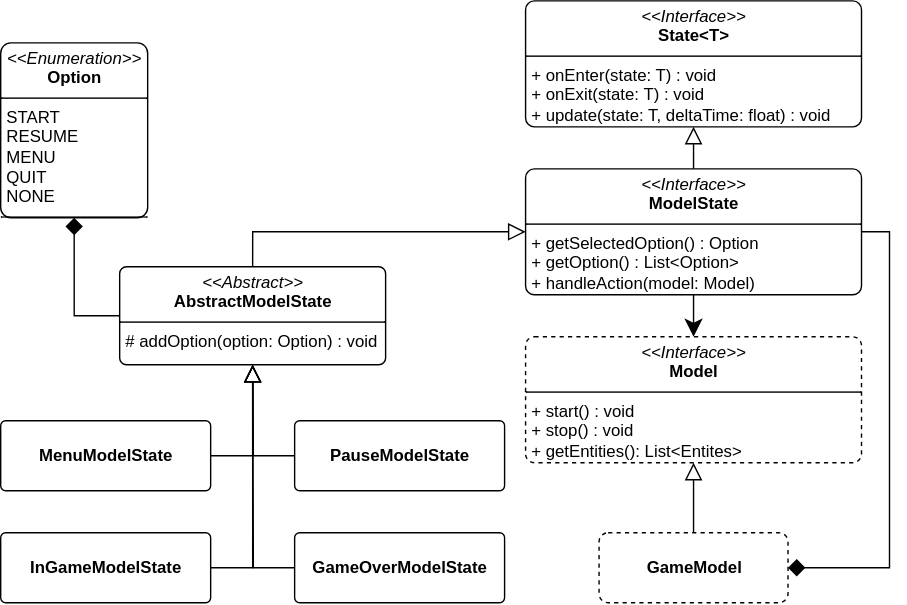
This is report/svg/ModelState.svg from unibo-oop-projects/OOP24-AlessandroRebosio-FilippoRicciotti-Grace-GraziaBochdanovits-RenovateBot-coffeBreak, a draw.io export, as it was before one commit. Source tidied: cells renumbered, new cells last; positions are measured from the earlier drawing's top-left corner, leaving out a move shared by most shapes. Source of this version:
```xml
<mxGraphModel>
  <root>
    <mxCell id="0" />
    <mxCell id="1" parent="0" />
    <mxCell id="2" value="&lt;p style=&quot;margin:0px;margin-top:4px;text-align:center;&quot;&gt;&lt;i&gt;&amp;lt;&amp;lt;Interface&amp;gt;&amp;gt;&lt;/i&gt;&lt;br&gt;&lt;b&gt;State&amp;lt;T&amp;gt;&lt;/b&gt;&lt;/p&gt;&lt;hr size=&quot;1&quot; style=&quot;border-style:solid;&quot;&gt;&lt;p style=&quot;margin:0px;margin-left:4px;&quot;&gt;+ onEnter(state: T) : void&lt;/p&gt;&lt;p style=&quot;margin:0px;margin-left:4px;&quot;&gt;+ onExit(state: T) : void&lt;/p&gt;&lt;p style=&quot;margin:0px;margin-left:4px;&quot;&gt;+ update(state: T, deltaTime: float) : void&lt;/p&gt;" style="verticalAlign=top;align=left;overflow=fill;html=1;whiteSpace=wrap;rounded=1;arcSize=7;" parent="1" vertex="1">
      <mxGeometry x="375" width="240" height="90" as="geometry" />
    </mxCell>
    <mxCell id="3" style="edgeStyle=orthogonalEdgeStyle;rounded=0;jettySize=auto;html=1;exitX=0.5;exitY=0;exitDx=0;exitDy=0;entryX=0.5;entryY=1;entryDx=0;entryDy=0;endArrow=block;endFill=0;endSize=10;" parent="1" edge="1" source="6" target="2">
      <mxGeometry relative="1" as="geometry" />
    </mxCell>
    <mxCell id="4" style="edgeStyle=orthogonalEdgeStyle;rounded=0;jettySize=auto;html=1;exitX=0.5;exitY=1;exitDx=0;exitDy=0;entryX=0.5;entryY=0;entryDx=0;entryDy=0;endSize=10;" parent="1" edge="1" source="6" target="7">
      <mxGeometry relative="1" as="geometry" />
    </mxCell>
    <mxCell id="5" style="edgeStyle=orthogonalEdgeStyle;rounded=0;jettySize=auto;html=1;exitX=1;exitY=0.5;exitDx=0;exitDy=0;entryX=1;entryY=0.5;entryDx=0;entryDy=0;endSize=10;endArrow=diamond;endFill=1;" parent="1" edge="1" source="6" target="9">
      <mxGeometry relative="1" as="geometry" />
    </mxCell>
    <mxCell id="6" value="&lt;p style=&quot;margin:0px;margin-top:4px;text-align:center;&quot;&gt;&lt;i&gt;&amp;lt;&amp;lt;Interface&amp;gt;&amp;gt;&lt;/i&gt;&lt;br&gt;&lt;b&gt;ModelState&lt;/b&gt;&lt;/p&gt;&lt;hr size=&quot;1&quot; style=&quot;border-style:solid;&quot;&gt;&lt;p style=&quot;margin:0px;margin-left:4px;&quot;&gt;+ getSelectedOption() : Option&lt;/p&gt;&lt;p style=&quot;margin:0px;margin-left:4px;&quot;&gt;+ getOption() : List&amp;lt;Option&amp;gt;&lt;/p&gt;&lt;p style=&quot;margin:0px;margin-left:4px;&quot;&gt;+ handleAction(model: Model)&lt;/p&gt;" style="verticalAlign=top;align=left;overflow=fill;html=1;whiteSpace=wrap;rounded=1;arcSize=7;" parent="1" vertex="1">
      <mxGeometry x="375" y="120" width="240" height="90" as="geometry" />
    </mxCell>
    <mxCell id="7" value="&lt;p style=&quot;margin:0px;margin-top:4px;text-align:center;&quot;&gt;&lt;i&gt;&amp;lt;&amp;lt;Interface&amp;gt;&amp;gt;&lt;/i&gt;&lt;br&gt;&lt;b&gt;Model&lt;/b&gt;&lt;/p&gt;&lt;hr size=&quot;1&quot; style=&quot;border-style:solid;&quot;&gt;&lt;p style=&quot;margin:0px;margin-left:4px;&quot;&gt;+ start() : void&lt;/p&gt;&lt;p style=&quot;margin:0px;margin-left:4px;&quot;&gt;+ stop() : void&lt;/p&gt;&lt;p style=&quot;margin:0px;margin-left:4px;&quot;&gt;+ getEntities(): List&amp;lt;Entites&amp;gt;&lt;/p&gt;" style="verticalAlign=top;align=left;overflow=fill;html=1;whiteSpace=wrap;rounded=1;arcSize=7;dashed=1;" parent="1" vertex="1">
      <mxGeometry x="375" y="240" width="240" height="90" as="geometry" />
    </mxCell>
    <mxCell id="8" style="edgeStyle=orthogonalEdgeStyle;rounded=0;jettySize=auto;html=1;exitX=0.5;exitY=0;exitDx=0;exitDy=0;entryX=0.5;entryY=1;entryDx=0;entryDy=0;endArrow=block;endFill=0;endSize=10;" parent="1" edge="1" source="9" target="7">
      <mxGeometry relative="1" as="geometry" />
    </mxCell>
    <mxCell id="9" value="&lt;p style=&quot;margin:0px;margin-top:4px;text-align:center;&quot;&gt;&lt;br&gt;&lt;b&gt;GameModel&lt;/b&gt;&lt;/p&gt;&lt;p style=&quot;margin:0px;margin-top:4px;text-align:center;&quot;&gt;&lt;b&gt;&lt;br&gt;&lt;/b&gt;&lt;/p&gt;" style="verticalAlign=top;align=left;overflow=fill;html=1;whiteSpace=wrap;rounded=1;arcSize=13;dashed=1;" parent="1" vertex="1">
      <mxGeometry x="427.5" y="380" width="135" height="50" as="geometry" />
    </mxCell>
    <mxCell id="10" style="edgeStyle=orthogonalEdgeStyle;rounded=0;jettySize=auto;html=1;exitX=0.5;exitY=0;exitDx=0;exitDy=0;entryX=0;entryY=0.5;entryDx=0;entryDy=0;endSize=10;endArrow=block;endFill=0;" parent="1" edge="1" source="12" target="6">
      <mxGeometry relative="1" as="geometry" />
    </mxCell>
    <mxCell id="11" style="edgeStyle=orthogonalEdgeStyle;rounded=0;jettySize=auto;html=1;exitX=0;exitY=0.5;exitDx=0;exitDy=0;entryX=0.5;entryY=1;entryDx=0;entryDy=0;endArrow=diamond;endFill=1;endSize=10;" parent="1" edge="1" source="12" target="21">
      <mxGeometry relative="1" as="geometry" />
    </mxCell>
    <mxCell id="12" value="&lt;p style=&quot;margin:0px;margin-top:4px;text-align:center;&quot;&gt;&lt;i&gt;&amp;lt;&amp;lt;Abstract&amp;gt;&amp;gt;&lt;/i&gt;&lt;br&gt;&lt;b&gt;AbstractModelState&lt;/b&gt;&lt;/p&gt;&lt;hr size=&quot;1&quot; style=&quot;border-style:solid;&quot;&gt;&lt;p style=&quot;margin:0px;margin-left:4px;&quot;&gt;# addOption(option: Option) : void&lt;/p&gt;" style="verticalAlign=top;align=left;overflow=fill;html=1;whiteSpace=wrap;rounded=1;arcSize=7;" parent="1" vertex="1">
      <mxGeometry x="85" y="190" width="190" height="70" as="geometry" />
    </mxCell>
    <mxCell id="13" style="edgeStyle=orthogonalEdgeStyle;rounded=0;jettySize=auto;html=1;exitX=1;exitY=0.5;exitDx=0;exitDy=0;entryX=0.5;entryY=1;entryDx=0;entryDy=0;endSize=10;endArrow=block;endFill=0;" parent="1" edge="1" source="14" target="12">
      <mxGeometry relative="1" as="geometry" />
    </mxCell>
    <mxCell id="14" value="&lt;p style=&quot;margin:0px;margin-top:4px;text-align:center;&quot;&gt;&lt;br&gt;&lt;b&gt;MenuModelState&lt;/b&gt;&lt;/p&gt;" style="verticalAlign=top;align=left;overflow=fill;html=1;whiteSpace=wrap;rounded=1;arcSize=7;" parent="1" vertex="1">
      <mxGeometry y="300" width="150" height="50" as="geometry" />
    </mxCell>
    <mxCell id="15" style="edgeStyle=orthogonalEdgeStyle;rounded=0;jettySize=auto;html=1;exitX=1;exitY=0.5;exitDx=0;exitDy=0;entryX=0.5;entryY=1;entryDx=0;entryDy=0;endSize=10;endArrow=block;endFill=0;" parent="1" edge="1" source="16" target="12">
      <mxGeometry relative="1" as="geometry" />
    </mxCell>
    <mxCell id="16" value="&lt;p style=&quot;margin:0px;margin-top:4px;text-align:center;&quot;&gt;&lt;br&gt;&lt;b&gt;InGameModelState&lt;/b&gt;&lt;/p&gt;" style="verticalAlign=top;align=left;overflow=fill;html=1;whiteSpace=wrap;rounded=1;arcSize=7;" parent="1" vertex="1">
      <mxGeometry y="380" width="150" height="50" as="geometry" />
    </mxCell>
    <mxCell id="17" style="edgeStyle=orthogonalEdgeStyle;rounded=0;jettySize=auto;html=1;exitX=0;exitY=0.5;exitDx=0;exitDy=0;endSize=10;endArrow=block;endFill=0;" parent="1" edge="1" source="18">
      <mxGeometry relative="1" as="geometry">
        <mxPoint x="180" y="260" as="targetPoint" />
      </mxGeometry>
    </mxCell>
    <mxCell id="18" value="&lt;p style=&quot;margin:0px;margin-top:4px;text-align:center;&quot;&gt;&lt;br&gt;&lt;b&gt;PauseModelState&lt;/b&gt;&lt;/p&gt;" style="verticalAlign=top;align=left;overflow=fill;html=1;whiteSpace=wrap;rounded=1;arcSize=7;" parent="1" vertex="1">
      <mxGeometry x="210" y="300" width="150" height="50" as="geometry" />
    </mxCell>
    <mxCell id="19" style="edgeStyle=orthogonalEdgeStyle;rounded=0;jettySize=auto;html=1;exitX=0;exitY=0.5;exitDx=0;exitDy=0;endSize=10;endArrow=block;endFill=0;" parent="1" edge="1" source="20">
      <mxGeometry relative="1" as="geometry">
        <mxPoint x="180" y="260" as="targetPoint" />
      </mxGeometry>
    </mxCell>
    <mxCell id="20" value="&lt;p style=&quot;margin:0px;margin-top:4px;text-align:center;&quot;&gt;&lt;br&gt;&lt;b&gt;GameOverModelState&lt;/b&gt;&lt;/p&gt;" style="verticalAlign=top;align=left;overflow=fill;html=1;whiteSpace=wrap;rounded=1;arcSize=7;" parent="1" vertex="1">
      <mxGeometry x="210" y="380" width="150" height="50" as="geometry" />
    </mxCell>
    <mxCell id="21" value="&lt;p style=&quot;margin:0px;margin-top:4px;text-align:center;&quot;&gt;&lt;i&gt;&amp;lt;&amp;lt;Enumeration&amp;gt;&amp;gt;&lt;/i&gt;&lt;br&gt;&lt;b&gt;Option&lt;/b&gt;&lt;/p&gt;&lt;hr size=&quot;1&quot; style=&quot;border-style:solid;&quot;&gt;&lt;p style=&quot;margin:0px;margin-left:4px;&quot;&gt;START&lt;/p&gt;&lt;p style=&quot;margin:0px;margin-left:4px;&quot;&gt;RESUME&lt;/p&gt;&lt;p style=&quot;margin:0px;margin-left:4px;&quot;&gt;MENU&lt;/p&gt;&lt;p style=&quot;margin:0px;margin-left:4px;&quot;&gt;QUIT&lt;/p&gt;&lt;p style=&quot;margin:0px;margin-left:4px;&quot;&gt;NONE&lt;/p&gt;&lt;hr size=&quot;1&quot; style=&quot;border-style:solid;&quot;&gt;&lt;p style=&quot;margin:0px;margin-left:4px;&quot;&gt;&lt;br&gt;&lt;/p&gt;" style="verticalAlign=top;align=left;overflow=fill;html=1;whiteSpace=wrap;rounded=1;arcSize=7;" parent="1" vertex="1">
      <mxGeometry y="30" width="105" height="125" as="geometry" />
    </mxCell>
  </root>
</mxGraphModel>
```
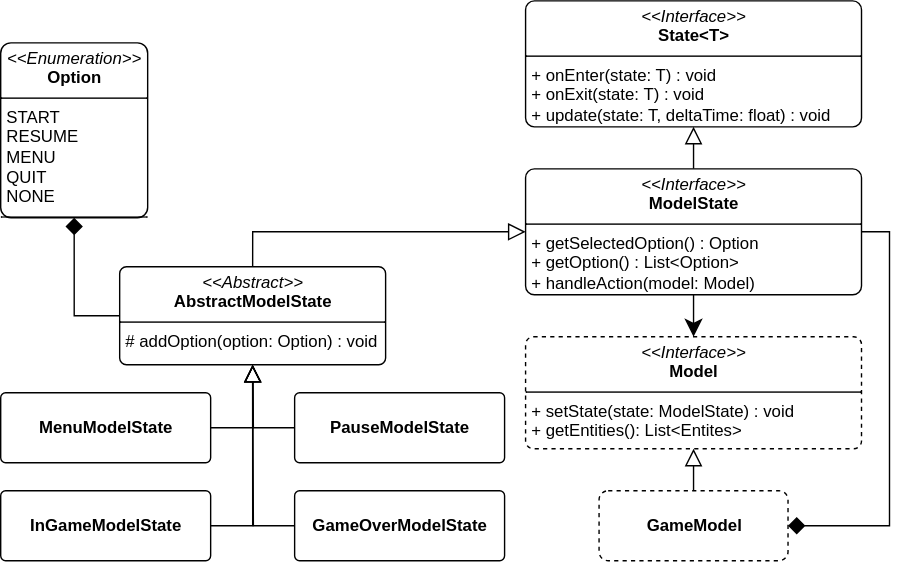
Above is the later version.

The edit, as a diff of the source:
```diff
@@ -17,14 +17,14 @@
     <mxCell id="6" value="&lt;p style=&quot;margin:0px;margin-top:4px;text-align:center;&quot;&gt;&lt;i&gt;&amp;lt;&amp;lt;Interface&amp;gt;&amp;gt;&lt;/i&gt;&lt;br&gt;&lt;b&gt;ModelState&lt;/b&gt;&lt;/p&gt;&lt;hr size=&quot;1&quot; style=&quot;border-style:solid;&quot;&gt;&lt;p style=&quot;margin:0px;margin-left:4px;&quot;&gt;+ getSelectedOption() : Option&lt;/p&gt;&lt;p style=&quot;margin:0px;margin-left:4px;&quot;&gt;+ getOption() : List&amp;lt;Option&amp;gt;&lt;/p&gt;&lt;p style=&quot;margin:0px;margin-left:4px;&quot;&gt;+ handleAction(model: Model)&lt;/p&gt;" style="verticalAlign=top;align=left;overflow=fill;html=1;whiteSpace=wrap;rounded=1;arcSize=7;" parent="1" vertex="1">
       <mxGeometry x="375" y="120" width="240" height="90" as="geometry" />
     </mxCell>
-    <mxCell id="7" value="&lt;p style=&quot;margin:0px;margin-top:4px;text-align:center;&quot;&gt;&lt;i&gt;&amp;lt;&amp;lt;Interface&amp;gt;&amp;gt;&lt;/i&gt;&lt;br&gt;&lt;b&gt;Model&lt;/b&gt;&lt;/p&gt;&lt;hr size=&quot;1&quot; style=&quot;border-style:solid;&quot;&gt;&lt;p style=&quot;margin:0px;margin-left:4px;&quot;&gt;+ start() : void&lt;/p&gt;&lt;p style=&quot;margin:0px;margin-left:4px;&quot;&gt;+ stop() : void&lt;/p&gt;&lt;p style=&quot;margin:0px;margin-left:4px;&quot;&gt;+ getEntities(): List&amp;lt;Entites&amp;gt;&lt;/p&gt;" style="verticalAlign=top;align=left;overflow=fill;html=1;whiteSpace=wrap;rounded=1;arcSize=7;dashed=1;" parent="1" vertex="1">
-      <mxGeometry x="375" y="240" width="240" height="90" as="geometry" />
+    <mxCell id="7" value="&lt;p style=&quot;margin:0px;margin-top:4px;text-align:center;&quot;&gt;&lt;i&gt;&amp;lt;&amp;lt;Interface&amp;gt;&amp;gt;&lt;/i&gt;&lt;br&gt;&lt;b&gt;Model&lt;/b&gt;&lt;/p&gt;&lt;hr size=&quot;1&quot; style=&quot;border-style:solid;&quot;&gt;&lt;p style=&quot;margin:0px;margin-left:4px;&quot;&gt;+ setState(state: ModelState) : void&lt;/p&gt;&lt;p style=&quot;margin:0px;margin-left:4px;&quot;&gt;+ getEntities(): List&amp;lt;Entites&amp;gt;&lt;/p&gt;" style="verticalAlign=top;align=left;overflow=fill;html=1;whiteSpace=wrap;rounded=1;arcSize=7;dashed=1;" parent="1" vertex="1">
+      <mxGeometry x="375" y="240" width="240" height="80" as="geometry" />
     </mxCell>
     <mxCell id="8" style="edgeStyle=orthogonalEdgeStyle;rounded=0;jettySize=auto;html=1;exitX=0.5;exitY=0;exitDx=0;exitDy=0;entryX=0.5;entryY=1;entryDx=0;entryDy=0;endArrow=block;endFill=0;endSize=10;" parent="1" edge="1" source="9" target="7">
       <mxGeometry relative="1" as="geometry" />
     </mxCell>
     <mxCell id="9" value="&lt;p style=&quot;margin:0px;margin-top:4px;text-align:center;&quot;&gt;&lt;br&gt;&lt;b&gt;GameModel&lt;/b&gt;&lt;/p&gt;&lt;p style=&quot;margin:0px;margin-top:4px;text-align:center;&quot;&gt;&lt;b&gt;&lt;br&gt;&lt;/b&gt;&lt;/p&gt;" style="verticalAlign=top;align=left;overflow=fill;html=1;whiteSpace=wrap;rounded=1;arcSize=13;dashed=1;" parent="1" vertex="1">
-      <mxGeometry x="427.5" y="380" width="135" height="50" as="geometry" />
+      <mxGeometry x="427.5" y="350" width="135" height="50" as="geometry" />
     </mxCell>
     <mxCell id="10" style="edgeStyle=orthogonalEdgeStyle;rounded=0;jettySize=auto;html=1;exitX=0.5;exitY=0;exitDx=0;exitDy=0;entryX=0;entryY=0.5;entryDx=0;entryDy=0;endSize=10;endArrow=block;endFill=0;" parent="1" edge="1" source="12" target="6">
       <mxGeometry relative="1" as="geometry" />
@@ -39,13 +39,13 @@
       <mxGeometry relative="1" as="geometry" />
     </mxCell>
     <mxCell id="14" value="&lt;p style=&quot;margin:0px;margin-top:4px;text-align:center;&quot;&gt;&lt;br&gt;&lt;b&gt;MenuModelState&lt;/b&gt;&lt;/p&gt;" style="verticalAlign=top;align=left;overflow=fill;html=1;whiteSpace=wrap;rounded=1;arcSize=7;" parent="1" vertex="1">
-      <mxGeometry y="300" width="150" height="50" as="geometry" />
+      <mxGeometry y="280" width="150" height="50" as="geometry" />
     </mxCell>
     <mxCell id="15" style="edgeStyle=orthogonalEdgeStyle;rounded=0;jettySize=auto;html=1;exitX=1;exitY=0.5;exitDx=0;exitDy=0;entryX=0.5;entryY=1;entryDx=0;entryDy=0;endSize=10;endArrow=block;endFill=0;" parent="1" edge="1" source="16" target="12">
       <mxGeometry relative="1" as="geometry" />
     </mxCell>
     <mxCell id="16" value="&lt;p style=&quot;margin:0px;margin-top:4px;text-align:center;&quot;&gt;&lt;br&gt;&lt;b&gt;InGameModelState&lt;/b&gt;&lt;/p&gt;" style="verticalAlign=top;align=left;overflow=fill;html=1;whiteSpace=wrap;rounded=1;arcSize=7;" parent="1" vertex="1">
-      <mxGeometry y="380" width="150" height="50" as="geometry" />
+      <mxGeometry y="350" width="150" height="50" as="geometry" />
     </mxCell>
     <mxCell id="17" style="edgeStyle=orthogonalEdgeStyle;rounded=0;jettySize=auto;html=1;exitX=0;exitY=0.5;exitDx=0;exitDy=0;endSize=10;endArrow=block;endFill=0;" parent="1" edge="1" source="18">
       <mxGeometry relative="1" as="geometry">
@@ -53,7 +53,7 @@
       </mxGeometry>
     </mxCell>
     <mxCell id="18" value="&lt;p style=&quot;margin:0px;margin-top:4px;text-align:center;&quot;&gt;&lt;br&gt;&lt;b&gt;PauseModelState&lt;/b&gt;&lt;/p&gt;" style="verticalAlign=top;align=left;overflow=fill;html=1;whiteSpace=wrap;rounded=1;arcSize=7;" parent="1" vertex="1">
-      <mxGeometry x="210" y="300" width="150" height="50" as="geometry" />
+      <mxGeometry x="210" y="280" width="150" height="50" as="geometry" />
     </mxCell>
     <mxCell id="19" style="edgeStyle=orthogonalEdgeStyle;rounded=0;jettySize=auto;html=1;exitX=0;exitY=0.5;exitDx=0;exitDy=0;endSize=10;endArrow=block;endFill=0;" parent="1" edge="1" source="20">
       <mxGeometry relative="1" as="geometry">
@@ -61,7 +61,7 @@
       </mxGeometry>
     </mxCell>
     <mxCell id="20" value="&lt;p style=&quot;margin:0px;margin-top:4px;text-align:center;&quot;&gt;&lt;br&gt;&lt;b&gt;GameOverModelState&lt;/b&gt;&lt;/p&gt;" style="verticalAlign=top;align=left;overflow=fill;html=1;whiteSpace=wrap;rounded=1;arcSize=7;" parent="1" vertex="1">
-      <mxGeometry x="210" y="380" width="150" height="50" as="geometry" />
+      <mxGeometry x="210" y="350" width="150" height="50" as="geometry" />
     </mxCell>
     <mxCell id="21" value="&lt;p style=&quot;margin:0px;margin-top:4px;text-align:center;&quot;&gt;&lt;i&gt;&amp;lt;&amp;lt;Enumeration&amp;gt;&amp;gt;&lt;/i&gt;&lt;br&gt;&lt;b&gt;Option&lt;/b&gt;&lt;/p&gt;&lt;hr size=&quot;1&quot; style=&quot;border-style:solid;&quot;&gt;&lt;p style=&quot;margin:0px;margin-left:4px;&quot;&gt;START&lt;/p&gt;&lt;p style=&quot;margin:0px;margin-left:4px;&quot;&gt;RESUME&lt;/p&gt;&lt;p style=&quot;margin:0px;margin-left:4px;&quot;&gt;MENU&lt;/p&gt;&lt;p style=&quot;margin:0px;margin-left:4px;&quot;&gt;QUIT&lt;/p&gt;&lt;p style=&quot;margin:0px;margin-left:4px;&quot;&gt;NONE&lt;/p&gt;&lt;hr size=&quot;1&quot; style=&quot;border-style:solid;&quot;&gt;&lt;p style=&quot;margin:0px;margin-left:4px;&quot;&gt;&lt;br&gt;&lt;/p&gt;" style="verticalAlign=top;align=left;overflow=fill;html=1;whiteSpace=wrap;rounded=1;arcSize=7;" parent="1" vertex="1">
       <mxGeometry y="30" width="105" height="125" as="geometry" />
```
